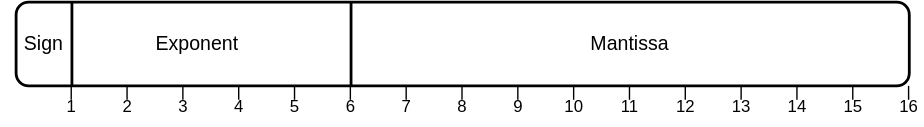
data-niklas/master_thesis keeps this draw.io diagram as assets/float16.svg. Above is the earlier version. Source tidied: cells renumbered, new cells last; positions are measured from the earlier drawing's top-left corner, leaving out a move shared by most shapes. Source of this version:
```xml
<mxGraphModel>
  <root>
    <mxCell id="0" />
    <mxCell id="1" parent="0" />
    <mxCell id="2" style="rounded=1;whiteSpace=wrap;html=1;fillColor=default;strokeWidth=2;" parent="1" vertex="1">
      <mxGeometry x="10" width="640" height="60" as="geometry" />
    </mxCell>
    <mxCell id="3" style="endArrow=none;html=1;rounded=0;strokeWidth=2;" parent="1" edge="1">
      <mxGeometry relative="1" as="geometry">
        <mxPoint x="50" y="60" as="sourcePoint" />
        <mxPoint x="50" as="targetPoint" />
      </mxGeometry>
    </mxCell>
    <mxCell id="4" style="endArrow=none;html=1;rounded=0;strokeWidth=2;" parent="1" edge="1">
      <mxGeometry relative="1" as="geometry">
        <mxPoint x="250" y="60" as="sourcePoint" />
        <mxPoint x="250" as="targetPoint" />
      </mxGeometry>
    </mxCell>
    <mxCell id="5" value="1" style="text;html=1;align=center;verticalAlign=middle;whiteSpace=wrap;rounded=0;" parent="1" vertex="1">
      <mxGeometry x="40" y="60" width="20" height="30" as="geometry" />
    </mxCell>
    <mxCell id="6" style="endArrow=none;html=1;rounded=0;strokeWidth=1;" parent="1" edge="1">
      <mxGeometry relative="1" as="geometry">
        <mxPoint x="49.5" y="70" as="sourcePoint" />
        <mxPoint x="49.5" y="60" as="targetPoint" />
      </mxGeometry>
    </mxCell>
    <mxCell id="7" value="2" style="text;html=1;align=center;verticalAlign=middle;whiteSpace=wrap;rounded=0;" parent="1" vertex="1">
      <mxGeometry x="80" y="60" width="20" height="30" as="geometry" />
    </mxCell>
    <mxCell id="8" style="endArrow=none;html=1;rounded=0;strokeWidth=1;" parent="1" edge="1">
      <mxGeometry relative="1" as="geometry">
        <mxPoint x="89.5" y="70" as="sourcePoint" />
        <mxPoint x="89.5" y="60" as="targetPoint" />
      </mxGeometry>
    </mxCell>
    <mxCell id="9" value="3" style="text;html=1;align=center;verticalAlign=middle;whiteSpace=wrap;rounded=0;" parent="1" vertex="1">
      <mxGeometry x="120" y="60" width="20" height="30" as="geometry" />
    </mxCell>
    <mxCell id="10" style="endArrow=none;html=1;rounded=0;strokeWidth=1;" parent="1" edge="1">
      <mxGeometry relative="1" as="geometry">
        <mxPoint x="129.5" y="70" as="sourcePoint" />
        <mxPoint x="129.5" y="60" as="targetPoint" />
      </mxGeometry>
    </mxCell>
    <mxCell id="11" value="4" style="text;html=1;align=center;verticalAlign=middle;whiteSpace=wrap;rounded=0;" parent="1" vertex="1">
      <mxGeometry x="160" y="60" width="20" height="30" as="geometry" />
    </mxCell>
    <mxCell id="12" style="endArrow=none;html=1;rounded=0;strokeWidth=1;" parent="1" edge="1">
      <mxGeometry relative="1" as="geometry">
        <mxPoint x="169.5" y="70" as="sourcePoint" />
        <mxPoint x="169.5" y="60" as="targetPoint" />
      </mxGeometry>
    </mxCell>
    <mxCell id="13" value="5" style="text;html=1;align=center;verticalAlign=middle;whiteSpace=wrap;rounded=0;" parent="1" vertex="1">
      <mxGeometry x="200" y="60" width="20" height="30" as="geometry" />
    </mxCell>
    <mxCell id="14" style="endArrow=none;html=1;rounded=0;strokeWidth=1;" parent="1" edge="1">
      <mxGeometry relative="1" as="geometry">
        <mxPoint x="209.5" y="70" as="sourcePoint" />
        <mxPoint x="209.5" y="60" as="targetPoint" />
      </mxGeometry>
    </mxCell>
    <mxCell id="15" value="6" style="text;html=1;align=center;verticalAlign=middle;whiteSpace=wrap;rounded=0;" parent="1" vertex="1">
      <mxGeometry x="240" y="60" width="20" height="30" as="geometry" />
    </mxCell>
    <mxCell id="16" style="endArrow=none;html=1;rounded=0;strokeWidth=1;" parent="1" edge="1">
      <mxGeometry relative="1" as="geometry">
        <mxPoint x="249.5" y="70" as="sourcePoint" />
        <mxPoint x="249.5" y="60" as="targetPoint" />
      </mxGeometry>
    </mxCell>
    <mxCell id="17" value="7" style="text;html=1;align=center;verticalAlign=middle;whiteSpace=wrap;rounded=0;" parent="1" vertex="1">
      <mxGeometry x="280" y="60" width="20" height="30" as="geometry" />
    </mxCell>
    <mxCell id="18" style="endArrow=none;html=1;rounded=0;strokeWidth=1;" parent="1" edge="1">
      <mxGeometry relative="1" as="geometry">
        <mxPoint x="289.5" y="70" as="sourcePoint" />
        <mxPoint x="289.5" y="60" as="targetPoint" />
      </mxGeometry>
    </mxCell>
    <mxCell id="19" value="8" style="text;html=1;align=center;verticalAlign=middle;whiteSpace=wrap;rounded=0;" parent="1" vertex="1">
      <mxGeometry x="320" y="60" width="20" height="30" as="geometry" />
    </mxCell>
    <mxCell id="20" style="endArrow=none;html=1;rounded=0;strokeWidth=1;" parent="1" edge="1">
      <mxGeometry relative="1" as="geometry">
        <mxPoint x="329.5" y="70" as="sourcePoint" />
        <mxPoint x="329.5" y="60" as="targetPoint" />
      </mxGeometry>
    </mxCell>
    <mxCell id="21" value="9" style="text;html=1;align=center;verticalAlign=middle;whiteSpace=wrap;rounded=0;" parent="1" vertex="1">
      <mxGeometry x="360" y="60" width="20" height="30" as="geometry" />
    </mxCell>
    <mxCell id="22" style="endArrow=none;html=1;rounded=0;strokeWidth=1;" parent="1" edge="1">
      <mxGeometry relative="1" as="geometry">
        <mxPoint x="369.5" y="70" as="sourcePoint" />
        <mxPoint x="369.5" y="60" as="targetPoint" />
      </mxGeometry>
    </mxCell>
    <mxCell id="23" value="10" style="text;html=1;align=center;verticalAlign=middle;whiteSpace=wrap;rounded=0;" parent="1" vertex="1">
      <mxGeometry x="400" y="60" width="20" height="30" as="geometry" />
    </mxCell>
    <mxCell id="24" style="endArrow=none;html=1;rounded=0;strokeWidth=1;" parent="1" edge="1">
      <mxGeometry relative="1" as="geometry">
        <mxPoint x="409.5" y="70" as="sourcePoint" />
        <mxPoint x="409.5" y="60" as="targetPoint" />
      </mxGeometry>
    </mxCell>
    <mxCell id="25" value="11" style="text;html=1;align=center;verticalAlign=middle;whiteSpace=wrap;rounded=0;" parent="1" vertex="1">
      <mxGeometry x="440" y="60" width="20" height="30" as="geometry" />
    </mxCell>
    <mxCell id="26" style="endArrow=none;html=1;rounded=0;strokeWidth=1;" parent="1" edge="1">
      <mxGeometry relative="1" as="geometry">
        <mxPoint x="449.5" y="70" as="sourcePoint" />
        <mxPoint x="449.5" y="60" as="targetPoint" />
      </mxGeometry>
    </mxCell>
    <mxCell id="27" value="12" style="text;html=1;align=center;verticalAlign=middle;whiteSpace=wrap;rounded=0;" parent="1" vertex="1">
      <mxGeometry x="480" y="60" width="20" height="30" as="geometry" />
    </mxCell>
    <mxCell id="28" style="endArrow=none;html=1;rounded=0;strokeWidth=1;" parent="1" edge="1">
      <mxGeometry relative="1" as="geometry">
        <mxPoint x="489.5" y="70" as="sourcePoint" />
        <mxPoint x="489.5" y="60" as="targetPoint" />
      </mxGeometry>
    </mxCell>
    <mxCell id="29" value="13" style="text;html=1;align=center;verticalAlign=middle;whiteSpace=wrap;rounded=0;" parent="1" vertex="1">
      <mxGeometry x="520" y="60" width="20" height="30" as="geometry" />
    </mxCell>
    <mxCell id="30" style="endArrow=none;html=1;rounded=0;strokeWidth=1;" parent="1" edge="1">
      <mxGeometry relative="1" as="geometry">
        <mxPoint x="529.5" y="70" as="sourcePoint" />
        <mxPoint x="529.5" y="60" as="targetPoint" />
      </mxGeometry>
    </mxCell>
    <mxCell id="31" value="14" style="text;html=1;align=center;verticalAlign=middle;whiteSpace=wrap;rounded=0;" parent="1" vertex="1">
      <mxGeometry x="560" y="60" width="20" height="30" as="geometry" />
    </mxCell>
    <mxCell id="32" style="endArrow=none;html=1;rounded=0;strokeWidth=1;" parent="1" edge="1">
      <mxGeometry relative="1" as="geometry">
        <mxPoint x="569.5" y="70" as="sourcePoint" />
        <mxPoint x="569.5" y="60" as="targetPoint" />
      </mxGeometry>
    </mxCell>
    <mxCell id="33" value="15" style="text;html=1;align=center;verticalAlign=middle;whiteSpace=wrap;rounded=0;" parent="1" vertex="1">
      <mxGeometry x="600" y="60" width="20" height="30" as="geometry" />
    </mxCell>
    <mxCell id="34" style="endArrow=none;html=1;rounded=0;strokeWidth=1;" parent="1" edge="1">
      <mxGeometry relative="1" as="geometry">
        <mxPoint x="609.5" y="70" as="sourcePoint" />
        <mxPoint x="609.5" y="60" as="targetPoint" />
      </mxGeometry>
    </mxCell>
    <mxCell id="35" value="16" style="text;html=1;align=center;verticalAlign=middle;whiteSpace=wrap;rounded=0;" parent="1" vertex="1">
      <mxGeometry x="640" y="60" width="20" height="30" as="geometry" />
    </mxCell>
    <mxCell id="36" style="endArrow=none;html=1;rounded=0;strokeWidth=1;" parent="1" edge="1">
      <mxGeometry relative="1" as="geometry">
        <mxPoint x="649.5" y="70" as="sourcePoint" />
        <mxPoint x="649.5" y="60" as="targetPoint" />
      </mxGeometry>
    </mxCell>
    <mxCell id="37" value="Exponent" style="text;html=1;align=center;verticalAlign=middle;whiteSpace=wrap;rounded=0;fontSize=14;" parent="1" vertex="1">
      <mxGeometry x="110" y="15" width="60" height="30" as="geometry" />
    </mxCell>
    <mxCell id="38" value="Mantissa" style="text;html=1;align=center;verticalAlign=middle;whiteSpace=wrap;rounded=0;fontSize=14;" parent="1" vertex="1">
      <mxGeometry x="420" y="15" width="60" height="30" as="geometry" />
    </mxCell>
    <mxCell id="39" value="Sign" style="text;html=1;align=center;verticalAlign=middle;whiteSpace=wrap;rounded=0;fontSize=14;" parent="1" vertex="1">
      <mxGeometry y="15" width="60" height="30" as="geometry" />
    </mxCell>
  </root>
</mxGraphModel>
```
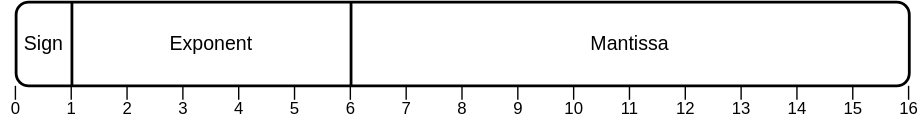
Later version of the same file.

What changed in the source:
```diff
@@ -17,7 +17,7 @@
         <mxPoint x="250" as="targetPoint" />
       </mxGeometry>
     </mxCell>
-    <mxCell id="5" value="1" style="text;html=1;align=center;verticalAlign=middle;whiteSpace=wrap;rounded=0;" parent="1" vertex="1">
+    <mxCell id="5" value="1" style="text;html=1;align=center;verticalAlign=middle;whiteSpace=wrap;rounded=0;spacingTop=3;" parent="1" vertex="1">
       <mxGeometry x="40" y="60" width="20" height="30" as="geometry" />
     </mxCell>
     <mxCell id="6" style="endArrow=none;html=1;rounded=0;strokeWidth=1;" parent="1" edge="1">
@@ -26,7 +26,7 @@
         <mxPoint x="49.5" y="60" as="targetPoint" />
       </mxGeometry>
     </mxCell>
-    <mxCell id="7" value="2" style="text;html=1;align=center;verticalAlign=middle;whiteSpace=wrap;rounded=0;" parent="1" vertex="1">
+    <mxCell id="7" value="2" style="text;html=1;align=center;verticalAlign=middle;whiteSpace=wrap;rounded=0;spacingTop=3;" parent="1" vertex="1">
       <mxGeometry x="80" y="60" width="20" height="30" as="geometry" />
     </mxCell>
     <mxCell id="8" style="endArrow=none;html=1;rounded=0;strokeWidth=1;" parent="1" edge="1">
@@ -35,7 +35,7 @@
         <mxPoint x="89.5" y="60" as="targetPoint" />
       </mxGeometry>
     </mxCell>
-    <mxCell id="9" value="3" style="text;html=1;align=center;verticalAlign=middle;whiteSpace=wrap;rounded=0;" parent="1" vertex="1">
+    <mxCell id="9" value="3" style="text;html=1;align=center;verticalAlign=middle;whiteSpace=wrap;rounded=0;spacingTop=3;" parent="1" vertex="1">
       <mxGeometry x="120" y="60" width="20" height="30" as="geometry" />
     </mxCell>
     <mxCell id="10" style="endArrow=none;html=1;rounded=0;strokeWidth=1;" parent="1" edge="1">
@@ -44,7 +44,7 @@
         <mxPoint x="129.5" y="60" as="targetPoint" />
       </mxGeometry>
     </mxCell>
-    <mxCell id="11" value="4" style="text;html=1;align=center;verticalAlign=middle;whiteSpace=wrap;rounded=0;" parent="1" vertex="1">
+    <mxCell id="11" value="4" style="text;html=1;align=center;verticalAlign=middle;whiteSpace=wrap;rounded=0;spacingTop=3;" parent="1" vertex="1">
       <mxGeometry x="160" y="60" width="20" height="30" as="geometry" />
     </mxCell>
     <mxCell id="12" style="endArrow=none;html=1;rounded=0;strokeWidth=1;" parent="1" edge="1">
@@ -53,7 +53,7 @@
         <mxPoint x="169.5" y="60" as="targetPoint" />
       </mxGeometry>
     </mxCell>
-    <mxCell id="13" value="5" style="text;html=1;align=center;verticalAlign=middle;whiteSpace=wrap;rounded=0;" parent="1" vertex="1">
+    <mxCell id="13" value="5" style="text;html=1;align=center;verticalAlign=middle;whiteSpace=wrap;rounded=0;spacingTop=3;" parent="1" vertex="1">
       <mxGeometry x="200" y="60" width="20" height="30" as="geometry" />
     </mxCell>
     <mxCell id="14" style="endArrow=none;html=1;rounded=0;strokeWidth=1;" parent="1" edge="1">
@@ -62,7 +62,7 @@
         <mxPoint x="209.5" y="60" as="targetPoint" />
       </mxGeometry>
     </mxCell>
-    <mxCell id="15" value="6" style="text;html=1;align=center;verticalAlign=middle;whiteSpace=wrap;rounded=0;" parent="1" vertex="1">
+    <mxCell id="15" value="6" style="text;html=1;align=center;verticalAlign=middle;whiteSpace=wrap;rounded=0;spacingTop=3;" parent="1" vertex="1">
       <mxGeometry x="240" y="60" width="20" height="30" as="geometry" />
     </mxCell>
     <mxCell id="16" style="endArrow=none;html=1;rounded=0;strokeWidth=1;" parent="1" edge="1">
@@ -71,7 +71,7 @@
         <mxPoint x="249.5" y="60" as="targetPoint" />
       </mxGeometry>
     </mxCell>
-    <mxCell id="17" value="7" style="text;html=1;align=center;verticalAlign=middle;whiteSpace=wrap;rounded=0;" parent="1" vertex="1">
+    <mxCell id="17" value="7" style="text;html=1;align=center;verticalAlign=middle;whiteSpace=wrap;rounded=0;spacingTop=3;" parent="1" vertex="1">
       <mxGeometry x="280" y="60" width="20" height="30" as="geometry" />
     </mxCell>
     <mxCell id="18" style="endArrow=none;html=1;rounded=0;strokeWidth=1;" parent="1" edge="1">
@@ -80,7 +80,7 @@
         <mxPoint x="289.5" y="60" as="targetPoint" />
       </mxGeometry>
     </mxCell>
-    <mxCell id="19" value="8" style="text;html=1;align=center;verticalAlign=middle;whiteSpace=wrap;rounded=0;" parent="1" vertex="1">
+    <mxCell id="19" value="8" style="text;html=1;align=center;verticalAlign=middle;whiteSpace=wrap;rounded=0;spacingTop=3;" parent="1" vertex="1">
       <mxGeometry x="320" y="60" width="20" height="30" as="geometry" />
     </mxCell>
     <mxCell id="20" style="endArrow=none;html=1;rounded=0;strokeWidth=1;" parent="1" edge="1">
@@ -89,7 +89,7 @@
         <mxPoint x="329.5" y="60" as="targetPoint" />
       </mxGeometry>
     </mxCell>
-    <mxCell id="21" value="9" style="text;html=1;align=center;verticalAlign=middle;whiteSpace=wrap;rounded=0;" parent="1" vertex="1">
+    <mxCell id="21" value="9" style="text;html=1;align=center;verticalAlign=middle;whiteSpace=wrap;rounded=0;spacingTop=3;" parent="1" vertex="1">
       <mxGeometry x="360" y="60" width="20" height="30" as="geometry" />
     </mxCell>
     <mxCell id="22" style="endArrow=none;html=1;rounded=0;strokeWidth=1;" parent="1" edge="1">
@@ -98,7 +98,7 @@
         <mxPoint x="369.5" y="60" as="targetPoint" />
       </mxGeometry>
     </mxCell>
-    <mxCell id="23" value="10" style="text;html=1;align=center;verticalAlign=middle;whiteSpace=wrap;rounded=0;" parent="1" vertex="1">
+    <mxCell id="23" value="10" style="text;html=1;align=center;verticalAlign=middle;whiteSpace=wrap;rounded=0;spacingTop=3;" parent="1" vertex="1">
       <mxGeometry x="400" y="60" width="20" height="30" as="geometry" />
     </mxCell>
     <mxCell id="24" style="endArrow=none;html=1;rounded=0;strokeWidth=1;" parent="1" edge="1">
@@ -107,7 +107,7 @@
         <mxPoint x="409.5" y="60" as="targetPoint" />
       </mxGeometry>
     </mxCell>
-    <mxCell id="25" value="11" style="text;html=1;align=center;verticalAlign=middle;whiteSpace=wrap;rounded=0;" parent="1" vertex="1">
+    <mxCell id="25" value="11" style="text;html=1;align=center;verticalAlign=middle;whiteSpace=wrap;rounded=0;spacingTop=3;" parent="1" vertex="1">
       <mxGeometry x="440" y="60" width="20" height="30" as="geometry" />
     </mxCell>
     <mxCell id="26" style="endArrow=none;html=1;rounded=0;strokeWidth=1;" parent="1" edge="1">
@@ -116,7 +116,7 @@
         <mxPoint x="449.5" y="60" as="targetPoint" />
       </mxGeometry>
     </mxCell>
-    <mxCell id="27" value="12" style="text;html=1;align=center;verticalAlign=middle;whiteSpace=wrap;rounded=0;" parent="1" vertex="1">
+    <mxCell id="27" value="12" style="text;html=1;align=center;verticalAlign=middle;whiteSpace=wrap;rounded=0;spacingTop=3;" parent="1" vertex="1">
       <mxGeometry x="480" y="60" width="20" height="30" as="geometry" />
     </mxCell>
     <mxCell id="28" style="endArrow=none;html=1;rounded=0;strokeWidth=1;" parent="1" edge="1">
@@ -125,7 +125,7 @@
         <mxPoint x="489.5" y="60" as="targetPoint" />
       </mxGeometry>
     </mxCell>
-    <mxCell id="29" value="13" style="text;html=1;align=center;verticalAlign=middle;whiteSpace=wrap;rounded=0;" parent="1" vertex="1">
+    <mxCell id="29" value="13" style="text;html=1;align=center;verticalAlign=middle;whiteSpace=wrap;rounded=0;spacingTop=3;" parent="1" vertex="1">
       <mxGeometry x="520" y="60" width="20" height="30" as="geometry" />
     </mxCell>
     <mxCell id="30" style="endArrow=none;html=1;rounded=0;strokeWidth=1;" parent="1" edge="1">
@@ -134,7 +134,7 @@
         <mxPoint x="529.5" y="60" as="targetPoint" />
       </mxGeometry>
     </mxCell>
-    <mxCell id="31" value="14" style="text;html=1;align=center;verticalAlign=middle;whiteSpace=wrap;rounded=0;" parent="1" vertex="1">
+    <mxCell id="31" value="14" style="text;html=1;align=center;verticalAlign=middle;whiteSpace=wrap;rounded=0;spacingTop=3;" parent="1" vertex="1">
       <mxGeometry x="560" y="60" width="20" height="30" as="geometry" />
     </mxCell>
     <mxCell id="32" style="endArrow=none;html=1;rounded=0;strokeWidth=1;" parent="1" edge="1">
@@ -143,7 +143,7 @@
         <mxPoint x="569.5" y="60" as="targetPoint" />
       </mxGeometry>
     </mxCell>
-    <mxCell id="33" value="15" style="text;html=1;align=center;verticalAlign=middle;whiteSpace=wrap;rounded=0;" parent="1" vertex="1">
+    <mxCell id="33" value="15" style="text;html=1;align=center;verticalAlign=middle;whiteSpace=wrap;rounded=0;spacingTop=3;" parent="1" vertex="1">
       <mxGeometry x="600" y="60" width="20" height="30" as="geometry" />
     </mxCell>
     <mxCell id="34" style="endArrow=none;html=1;rounded=0;strokeWidth=1;" parent="1" edge="1">
@@ -152,7 +152,7 @@
         <mxPoint x="609.5" y="60" as="targetPoint" />
       </mxGeometry>
     </mxCell>
-    <mxCell id="35" value="16" style="text;html=1;align=center;verticalAlign=middle;whiteSpace=wrap;rounded=0;" parent="1" vertex="1">
+    <mxCell id="35" value="16" style="text;html=1;align=center;verticalAlign=middle;whiteSpace=wrap;rounded=0;spacingTop=3;" parent="1" vertex="1">
       <mxGeometry x="640" y="60" width="20" height="30" as="geometry" />
     </mxCell>
     <mxCell id="36" style="endArrow=none;html=1;rounded=0;strokeWidth=1;" parent="1" edge="1">
@@ -162,7 +162,7 @@
       </mxGeometry>
     </mxCell>
     <mxCell id="37" value="Exponent" style="text;html=1;align=center;verticalAlign=middle;whiteSpace=wrap;rounded=0;fontSize=14;" parent="1" vertex="1">
-      <mxGeometry x="110" y="15" width="60" height="30" as="geometry" />
+      <mxGeometry x="120" y="15" width="60" height="30" as="geometry" />
     </mxCell>
     <mxCell id="38" value="Mantissa" style="text;html=1;align=center;verticalAlign=middle;whiteSpace=wrap;rounded=0;fontSize=14;" parent="1" vertex="1">
       <mxGeometry x="420" y="15" width="60" height="30" as="geometry" />
@@ -170,5 +170,14 @@
     <mxCell id="39" value="Sign" style="text;html=1;align=center;verticalAlign=middle;whiteSpace=wrap;rounded=0;fontSize=14;" parent="1" vertex="1">
       <mxGeometry y="15" width="60" height="30" as="geometry" />
     </mxCell>
+    <mxCell id="40" value="0" style="text;html=1;align=center;verticalAlign=middle;whiteSpace=wrap;rounded=0;spacingTop=3;" parent="1" vertex="1">
+      <mxGeometry y="60" width="20" height="30" as="geometry" />
+    </mxCell>
+    <mxCell id="41" style="endArrow=none;html=1;rounded=0;strokeWidth=1;" parent="1" edge="1">
+      <mxGeometry relative="1" as="geometry">
+        <mxPoint x="9.5" y="70" as="sourcePoint" />
+        <mxPoint x="9.5" y="60" as="targetPoint" />
+      </mxGeometry>
+    </mxCell>
   </root>
 </mxGraphModel>
```
